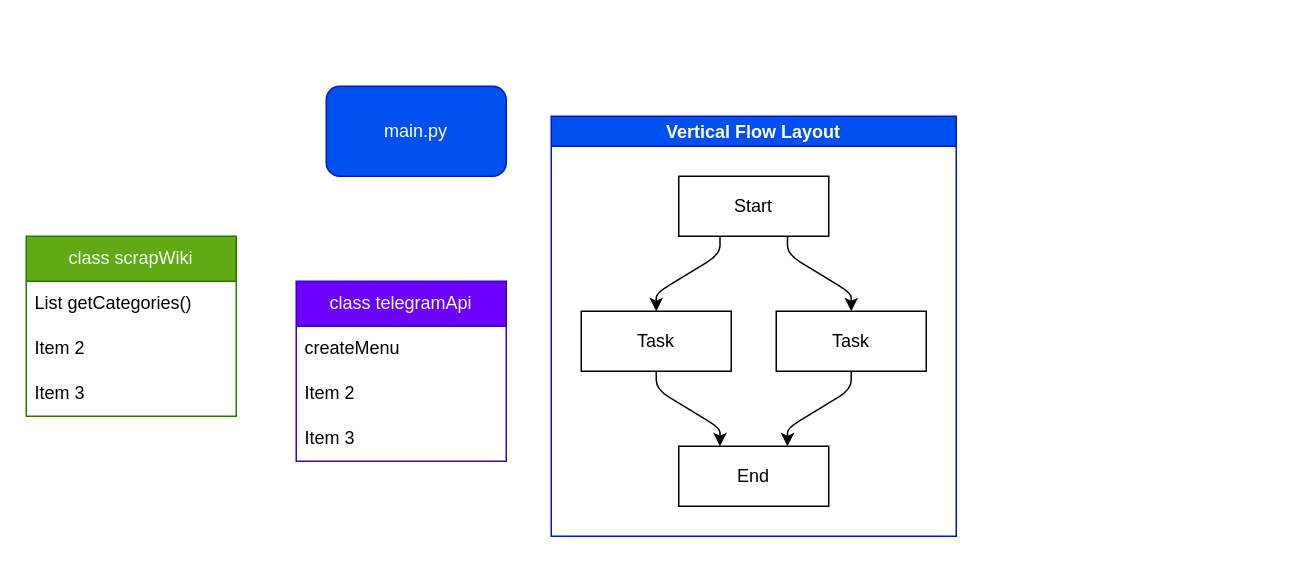
The draw.io diagram mywiki/projectuml.drawio in alirezaarmn/web_scrapy, before the edit. Source tidied: cells renumbered, new cells numbered last; positions are measured from the earlier drawing's top-left corner, leaving out a move shared by most shapes. Both pictures are drawn from the tidied source at 150%, with x=0, y=0 at pixel (26, 86).
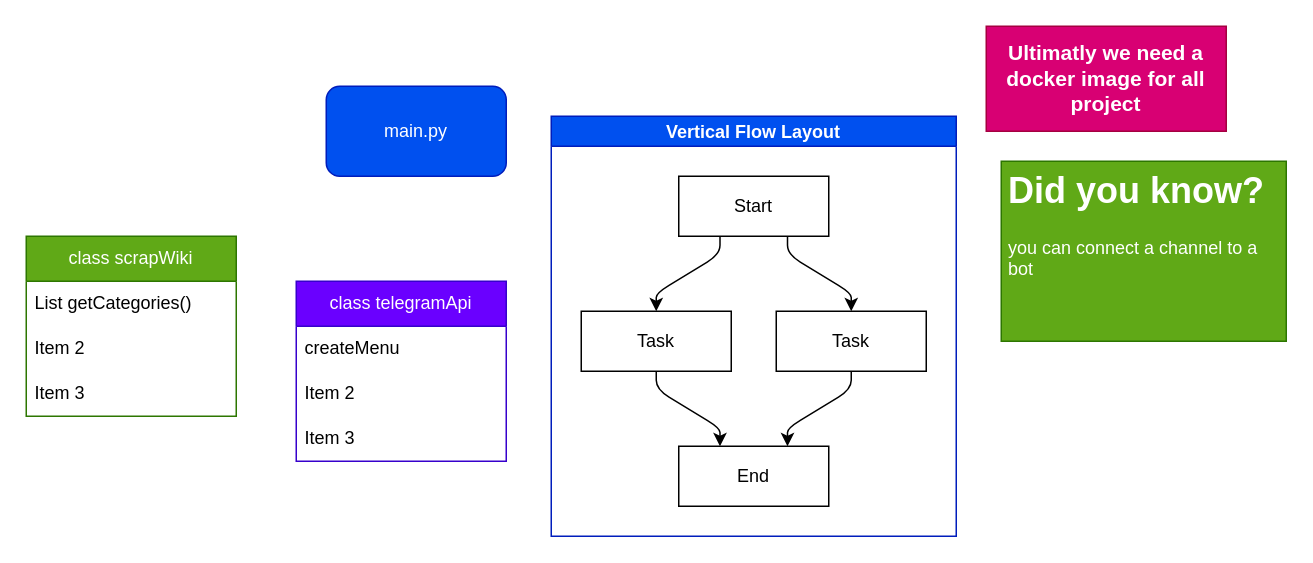
The same diagram, later.

What changed in the source:
```diff
@@
+    <mxCell id="20" value="&lt;h1&gt;&lt;span style=&quot;background-color: initial;&quot;&gt;Did you know?&lt;/span&gt;&lt;br&gt;&lt;/h1&gt;&lt;div&gt;you can connect a channel to a bot&lt;/div&gt;" style="text;html=1;strokeColor=#2D7600;fillColor=#60a917;spacing=5;spacingTop=-20;whiteSpace=wrap;overflow=hidden;rounded=0;fontColor=#ffffff;" parent="1" vertex="1">
+      <mxGeometry x="650" y="50" width="190" height="120" as="geometry" />
+    </mxCell>
+    <mxCell id="21" value="&lt;b&gt;&lt;font style=&quot;font-size: 14px;&quot;&gt;Ultimatly we need a docker image for all project&lt;/font&gt;&lt;/b&gt;" style="text;html=1;strokeColor=#A50040;fillColor=#d80073;align=center;verticalAlign=middle;whiteSpace=wrap;rounded=0;fontColor=#ffffff;" parent="1" vertex="1">
+      <mxGeometry x="640" y="-40" width="160" height="70" as="geometry" />
+    </mxCell>
```
